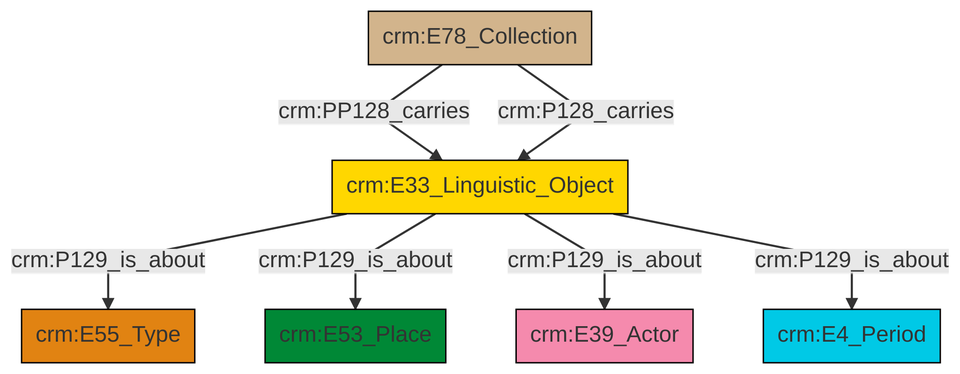
Before: et/archivalCSV/ttl/mmd/png/archival_aboutness.png, a diagram exported from Mermaid (swiss-art-research-net/docs.swissartresearch). Its source is kept beside it as et/archivalCSV/ttl/mmd/archival_aboutness.ttl.mmd.
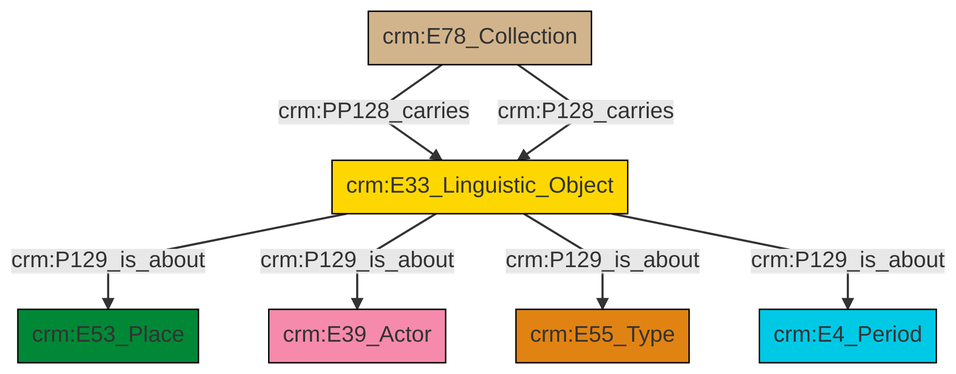
After the commit.

The edit, as a diff of the source:
```diff
@@ -13,9 +13,9 @@
 classDef PC_Classes fill:#4ce600, stroke:#000000;
 classDef Multi fill:#cccccc,stroke:#000000;
 
-0["crm:E33_Linguistic_Object"]:::Conceptual_Object -->|crm:P129_is_about| 1["crm:E55_Type"]:::Type
-2["crm:E78_Collection"]:::Physical_Thing -->|crm:PP128_carries| 0["crm:E33_Linguistic_Object"]:::Conceptual_Object
-0["crm:E33_Linguistic_Object"]:::Conceptual_Object -->|crm:P129_is_about| 3["crm:E53_Place"]:::Place
-2["crm:E78_Collection"]:::Physical_Thing -->|crm:P128_carries| 0["crm:E33_Linguistic_Object"]:::Conceptual_Object
-0["crm:E33_Linguistic_Object"]:::Conceptual_Object -->|crm:P129_is_about| 4["crm:E39_Actor"]:::Actor
-0["crm:E33_Linguistic_Object"]:::Conceptual_Object -->|crm:P129_is_about| 8["crm:E4_Period"]:::Temporal_Entity
+0["crm:E33_Linguistic_Object"]:::Conceptual_Object -->|crm:P129_is_about| 1["crm:E53_Place"]:::Place
+4["crm:E78_Collection"]:::Physical_Thing -->|crm:PP128_carries| 0["crm:E33_Linguistic_Object"]:::Conceptual_Object
+0["crm:E33_Linguistic_Object"]:::Conceptual_Object -->|crm:P129_is_about| 2["crm:E39_Actor"]:::Actor
+0["crm:E33_Linguistic_Object"]:::Conceptual_Object -->|crm:P129_is_about| 5["crm:E55_Type"]:::Type
+0["crm:E33_Linguistic_Object"]:::Conceptual_Object -->|crm:P129_is_about| 9["crm:E4_Period"]:::Temporal_Entity
+4["crm:E78_Collection"]:::Physical_Thing -->|crm:P128_carries| 0["crm:E33_Linguistic_Object"]:::Conceptual_Object
```
